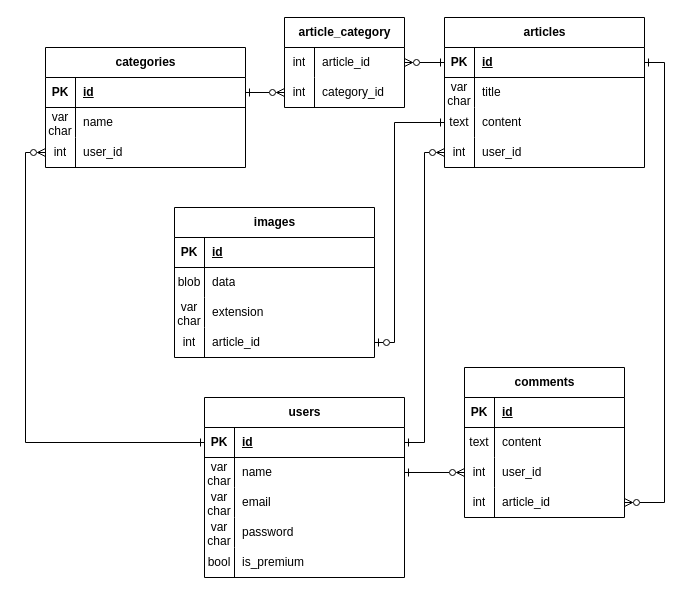
Earlier version of the draw.io diagram weblog-database.drawio (LeggyBoiTim/laravel-weblog). Source tidied: cells renumbered, new cells numbered last; positions are measured from the earlier drawing's top-left corner, leaving out a move shared by most shapes. Both pictures are drawn from the tidied source at 100%, with x=0, y=0 at pixel (25, 17).
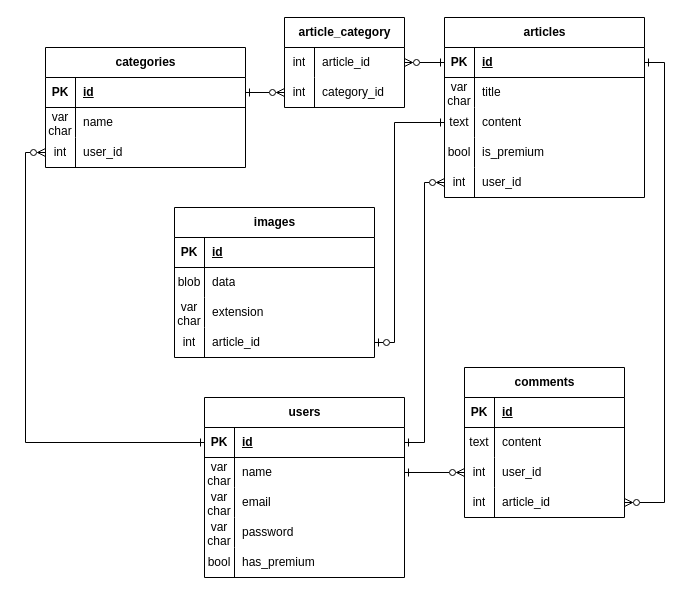
After the change.

Commit message (it also covers changes not shown here):
Added is_premium column to articles, added comments to show view

The change refers to these unchanged cells:
```xml
<mxCell id="3" style="shape=tableRow;horizontal=0;startSize=0;swimlaneHead=0;swimlaneBody=0;fillColor=none;points=[[0,0.5],[1,0.5]];portConstraint=eastwest;top=0;left=0;right=0;bottom=1;" parent="2" vertex="1">
  <mxGeometry y="30" width="200" height="30" as="geometry" />
</mxCell>
<mxCell id="15" style="shape=tableRow;horizontal=0;startSize=0;swimlaneHead=0;swimlaneBody=0;fillColor=none;top=0;left=0;right=0;bottom=0;" parent="2" vertex="1">
  <mxGeometry y="150" width="200" height="30" as="geometry" />
</mxCell>
```

Diff of the diagram source:
```diff
@@
-    <mxCell id="17" value="is_premium" style="shape=partialRectangle;fillColor=none;top=0;left=0;bottom=0;right=0;align=left;spacingLeft=6;overflow=hidden;whiteSpace=wrap;html=1;" parent="15" vertex="1">
+    <mxCell id="17" value="has_premium" style="shape=partialRectangle;fillColor=none;top=0;left=0;bottom=0;right=0;align=left;spacingLeft=6;overflow=hidden;whiteSpace=wrap;html=1;" parent="15" vertex="1">
       <mxGeometry x="30" width="170" height="30" as="geometry" />
     </mxCell>
     <mxCell id="18" value="articles" style="shape=table;startSize=30;childLayout=tableLayout;rowLines=0;fontStyle=1;align=center;html=1;" parent="1" vertex="1">
-      <mxGeometry x="419" width="200" height="150" as="geometry" />
+      <mxGeometry x="419" width="200" height="180" as="geometry" />
     </mxCell>
@@
+    <mxCell id="81" style="shape=tableRow;horizontal=0;startSize=0;swimlaneHead=0;swimlaneBody=0;fillColor=none;top=0;left=0;right=0;bottom=0;" parent="18" vertex="1">
+      <mxGeometry y="120" width="200" height="30" as="geometry" />
+    </mxCell>
+    <mxCell id="82" value="bool" style="shape=partialRectangle;fillColor=none;top=0;left=0;bottom=0;right=0;overflow=hidden;whiteSpace=wrap;html=1;" parent="81" vertex="1">
+      <mxGeometry width="30" height="30" as="geometry" />
+    </mxCell>
+    <mxCell id="83" value="is_premium" style="shape=partialRectangle;fillColor=none;top=0;left=0;bottom=0;right=0;align=left;spacingLeft=6;overflow=hidden;whiteSpace=wrap;html=1;" parent="81" vertex="1">
+      <mxGeometry x="30" width="170" height="30" as="geometry" />
+    </mxCell>
     <mxCell id="28" style="shape=tableRow;horizontal=0;startSize=0;swimlaneHead=0;swimlaneBody=0;fillColor=none;points=[[0,0.5],[1,0.5]];portConstraint=eastwest;top=0;left=0;right=0;bottom=0;" parent="18" vertex="1">
-      <mxGeometry y="120" width="200" height="30" as="geometry" />
+      <mxGeometry y="150" width="200" height="30" as="geometry" />
     </mxCell>
@@
-    <mxCell id="54" style="edgeStyle=orthogonalEdgeStyle;rounded=0;jettySize=auto;html=1;endArrow=ERzeroToMany;endFill=0;startArrow=ERone;startFill=0;exitX=1;exitY=0.5;exitDx=0;exitDy=0;" parent="1" edge="1" source="3" target="28">
+    <mxCell id="54" style="edgeStyle=orthogonalEdgeStyle;rounded=0;jettySize=auto;html=1;endArrow=ERzeroToMany;endFill=0;startArrow=ERone;startFill=0;exitX=1;exitY=0.5;exitDx=0;exitDy=0;entryX=0;entryY=0.5;entryDx=0;entryDy=0;" parent="1" edge="1" source="3" target="28">
       <mxGeometry relative="1" as="geometry">
         <Array as="points">
           <mxPoint x="399" y="425" />
-          <mxPoint x="399" y="135" />
+          <mxPoint x="399" y="165" />
         </Array>
       </mxGeometry>
     </mxCell>
```
